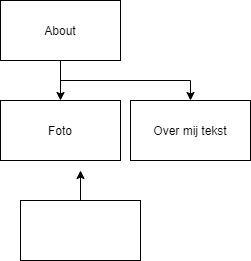
This is 01-Challenge/Taak02-Ontwerpen/student-boomstructuur.drawio.png from Abdullah-Alibaks/Challenge-Portfolio, a draw.io export, as it was before one commit. Source tidied: cells renumbered, new cells last; positions are measured from the earlier drawing's top-left corner, leaving out a move shared by most shapes.
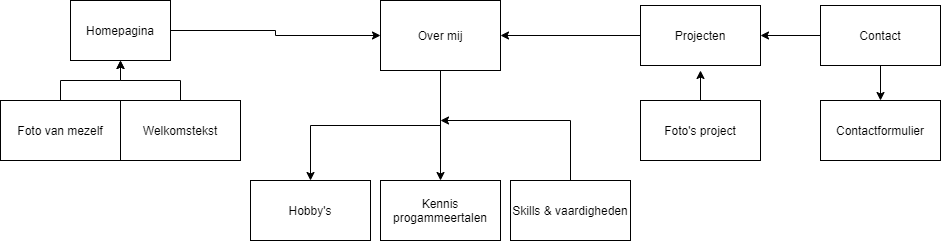
After the commit.

Change to the diagram source:
```diff
@@ -8,22 +8,70 @@
     <mxCell id="3" style="edgeStyle=orthogonalEdgeStyle;rounded=0;jettySize=auto;html=1;exitX=0.5;exitY=1;exitDx=0;exitDy=0;" parent="1" edge="1" source="4" target="6">
       <mxGeometry relative="1" as="geometry" />
     </mxCell>
-    <mxCell id="4" value="About" style="rounded=0;whiteSpace=wrap;html=1;" parent="1" vertex="1">
-      <mxGeometry width="120" height="60" as="geometry" />
+    <mxCell id="4" value="Over mij" style="rounded=0;whiteSpace=wrap;html=1;" parent="1" vertex="1">
+      <mxGeometry x="130" y="-80" width="120" height="70" as="geometry" />
     </mxCell>
-    <mxCell id="5" value="Foto" style="rounded=0;whiteSpace=wrap;html=1;" parent="1" vertex="1">
+    <mxCell id="5" value="Hobby's" style="rounded=0;whiteSpace=wrap;html=1;" parent="1" vertex="1">
       <mxGeometry y="100" width="120" height="60" as="geometry" />
     </mxCell>
-    <mxCell id="6" value="Over mij tekst" style="rounded=0;whiteSpace=wrap;html=1;" parent="1" vertex="1">
+    <mxCell id="6" value="Kennis progammeertalen" style="rounded=0;whiteSpace=wrap;html=1;" parent="1" vertex="1">
       <mxGeometry x="130" y="100" width="120" height="60" as="geometry" />
     </mxCell>
+    <mxCell id="9" style="edgeStyle=orthogonalEdgeStyle;rounded=0;jettySize=auto;html=1;" parent="1" edge="1" source="7">
+      <mxGeometry relative="1" as="geometry">
+        <mxPoint x="190" y="40" as="targetPoint" />
+        <Array as="points">
+          <mxPoint x="320" y="40" />
+          <mxPoint x="320" y="40" />
+        </Array>
+      </mxGeometry>
+    </mxCell>
-    <mxCell id="7" style="edgeStyle=orthogonalEdgeStyle;rounded=0;jettySize=auto;html=1;" parent="1" edge="1" source="8">
-      <mxGeometry relative="1" as="geometry">
-        <mxPoint x="80" y="170" as="targetPoint" />
-      </mxGeometry>
+    <mxCell id="7" value="Skills &amp;amp; vaardigheden" style="rounded=0;whiteSpace=wrap;html=1;" parent="1" vertex="1">
+      <mxGeometry x="260" y="100" width="120" height="60" as="geometry" />
     </mxCell>
-    <mxCell id="8" style="rounded=0;whiteSpace=wrap;html=1;" parent="1" vertex="1">
-      <mxGeometry x="20" y="200" width="120" height="60" as="geometry" />
-    </mxCell>
+    <mxCell id="10" style="edgeStyle=orthogonalEdgeStyle;rounded=0;jettySize=auto;html=1;entryX=0;entryY=0.5;entryDx=0;entryDy=0;exitX=1;exitY=0.5;exitDx=0;exitDy=0;" parent="1" edge="1" source="11" target="4">
+      <mxGeometry relative="1" as="geometry" />
+    </mxCell>
+    <mxCell id="11" value="Homepagina" style="rounded=0;whiteSpace=wrap;html=1;" parent="1" vertex="1">
+      <mxGeometry x="-180" y="-80" width="100" height="60" as="geometry" />
+    </mxCell>
+    <mxCell id="12" style="edgeStyle=orthogonalEdgeStyle;rounded=0;jettySize=auto;html=1;entryX=1;entryY=0.5;entryDx=0;entryDy=0;" parent="1" edge="1" source="13" target="4">
+      <mxGeometry relative="1" as="geometry" />
+    </mxCell>
+    <mxCell id="13" value="Projecten" style="rounded=0;whiteSpace=wrap;html=1;" parent="1" vertex="1">
+      <mxGeometry x="390" y="-75" width="120" height="60" as="geometry" />
+    </mxCell>
+    <mxCell id="14" style="edgeStyle=orthogonalEdgeStyle;rounded=0;jettySize=auto;html=1;entryX=0.5;entryY=1;entryDx=0;entryDy=0;" parent="1" edge="1" source="15" target="11">
+      <mxGeometry relative="1" as="geometry" />
+    </mxCell>
+    <mxCell id="15" value="Welkomstekst" style="rounded=0;whiteSpace=wrap;html=1;" parent="1" vertex="1">
+      <mxGeometry x="-130" y="20" width="120" height="60" as="geometry" />
+    </mxCell>
+    <mxCell id="16" style="edgeStyle=orthogonalEdgeStyle;rounded=0;jettySize=auto;html=1;entryX=0.5;entryY=1;entryDx=0;entryDy=0;" parent="1" edge="1" source="17" target="11">
+      <mxGeometry relative="1" as="geometry" />
+    </mxCell>
+    <mxCell id="17" value="Foto van mezelf" style="rounded=0;whiteSpace=wrap;html=1;" parent="1" vertex="1">
+      <mxGeometry x="-250" y="20" width="120" height="60" as="geometry" />
+    </mxCell>
+    <mxCell id="18" style="edgeStyle=orthogonalEdgeStyle;rounded=0;jettySize=auto;html=1;" parent="1" edge="1" source="19">
+      <mxGeometry relative="1" as="geometry">
+        <mxPoint x="450" y="-10" as="targetPoint" />
+      </mxGeometry>
+    </mxCell>
+    <mxCell id="19" value="Foto's project" style="rounded=0;whiteSpace=wrap;html=1;" parent="1" vertex="1">
+      <mxGeometry x="390" y="20" width="120" height="60" as="geometry" />
+    </mxCell>
+    <mxCell id="20" style="edgeStyle=orthogonalEdgeStyle;rounded=0;jettySize=auto;html=1;entryX=1;entryY=0.5;entryDx=0;entryDy=0;" parent="1" edge="1" source="22" target="13">
+      <mxGeometry relative="1" as="geometry" />
+    </mxCell>
+    <mxCell id="21" style="edgeStyle=orthogonalEdgeStyle;rounded=0;jettySize=auto;html=1;" parent="1" edge="1" source="22" target="23">
+      <mxGeometry relative="1" as="geometry" />
+    </mxCell>
+    <mxCell id="22" value="Contact" style="rounded=0;whiteSpace=wrap;html=1;" parent="1" vertex="1">
+      <mxGeometry x="570" y="-75" width="120" height="60" as="geometry" />
+    </mxCell>
+    <mxCell id="23" value="Contactformulier" style="rounded=0;whiteSpace=wrap;html=1;" parent="1" vertex="1">
+      <mxGeometry x="570" y="20" width="120" height="60" as="geometry" />
+    </mxCell>
   </root>
 </mxGraphModel>
```
